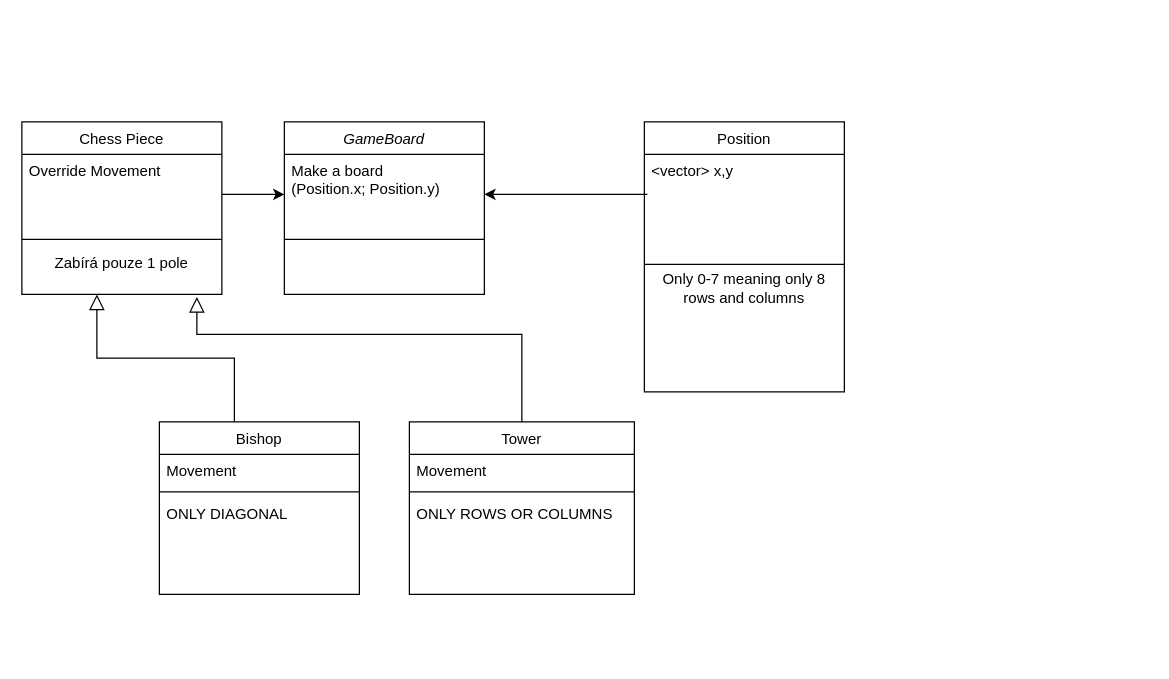
This is Diagram bez názvu.drawio from Yushikuni/UML-Diagrams, a draw.io file, before an edit. Source tidied: cells renumbered, new cells numbered last; positions are measured from the earlier drawing's top-left corner, leaving out a move shared by most shapes. Both pictures are drawn from the tidied source at 125%, with x=0, y=0 at pixel (21, 121).
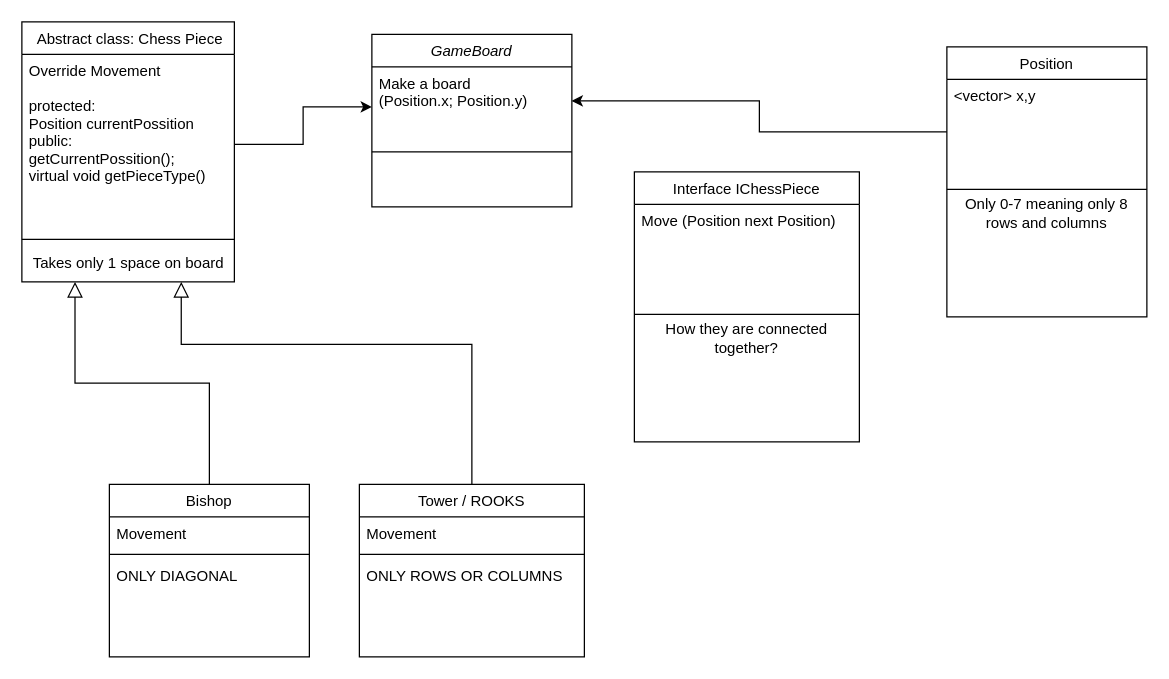
After the change.

The change refers to these unchanged cells:
```xml
<mxCell id="3" value="Make a board &#10;(Position.x; Position.y)" style="text;align=left;verticalAlign=top;spacingLeft=4;spacingRight=4;overflow=hidden;points=[[0,0.5],[1,0.5]];portConstraint=eastwest;" parent="2" vertex="1">
  <mxGeometry y="26" width="160" height="64" as="geometry" />
</mxCell>
<mxCell id="12" value="&lt;vector&gt; x,y" style="text;align=left;verticalAlign=top;spacingLeft=4;spacingRight=4;overflow=hidden;points=[[0,0.5],[1,0.5]];portConstraint=eastwest;" parent="11" vertex="1">
  <mxGeometry y="26" width="160" height="84" as="geometry" />
</mxCell>
```

What changed in the source:
```diff
@@
     <mxCell id="2" value="GameBoard" style="swimlane;fontStyle=2;align=center;verticalAlign=top;horizontal=1;startSize=26;rounded=0;shadow=0;strokeWidth=1;" parent="1" vertex="1">
-      <mxGeometry x="210" width="160" height="138" as="geometry" />
+      <mxGeometry x="280" y="-70" width="160" height="138" as="geometry" />
     </mxCell>
@@
     <mxCell id="5" value="Bishop" style="swimlane;fontStyle=0;align=center;verticalAlign=top;horizontal=1;startSize=26;rounded=0;shadow=0;strokeWidth=1;" parent="1" vertex="1">
-      <mxGeometry x="110" y="240" width="160" height="138" as="geometry" />
+      <mxGeometry x="70" y="290" width="160" height="138" as="geometry" />
     </mxCell>
@@
-    <mxCell id="9" style="endArrow=block;endSize=10;endFill=0;shadow=0;strokeWidth=1;rounded=0;edgeStyle=elbowEdgeStyle;elbow=vertical;exitX=0.5;exitY=0;exitDx=0;exitDy=0;" parent="1" edge="1" source="16">
+    <mxCell id="9" style="endArrow=block;endSize=10;endFill=0;shadow=0;strokeWidth=1;rounded=0;edgeStyle=elbowEdgeStyle;elbow=vertical;entryX=0.75;entryY=1;entryDx=0;entryDy=0;" parent="1" edge="1" source="16" target="20">
       <mxGeometry relative="1" as="geometry">
-        <mxPoint x="140" y="140" as="targetPoint" />
         <Array as="points">
-          <mxPoint x="220" y="170" />
+          <mxPoint x="240" y="178" />
+          <mxPoint x="190" y="168" />
         </Array>
       </mxGeometry>
     </mxCell>
-    <mxCell id="10" style="endArrow=block;endSize=10;endFill=0;shadow=0;strokeWidth=1;rounded=0;edgeStyle=elbowEdgeStyle;elbow=vertical;" parent="1" edge="1">
-      <mxGeometry relative="1" as="geometry">
-        <mxPoint x="170" y="240" as="sourcePoint" />
-        <mxPoint x="60" y="138" as="targetPoint" />
-      </mxGeometry>
+    <mxCell id="10" style="endArrow=block;endSize=10;endFill=0;shadow=0;strokeWidth=1;rounded=0;edgeStyle=elbowEdgeStyle;elbow=vertical;exitX=0.5;exitY=0;exitDx=0;exitDy=0;entryX=0.25;entryY=1;entryDx=0;entryDy=0;" parent="1" edge="1" source="5" target="20">
+      <mxGeometry relative="1" as="geometry" />
     </mxCell>
     <mxCell id="11" value="Position" style="swimlane;fontStyle=0;align=center;verticalAlign=top;horizontal=1;startSize=26;rounded=0;shadow=0;strokeWidth=1;" parent="1" vertex="1">
-      <mxGeometry x="498" width="160" height="216" as="geometry" />
+      <mxGeometry x="740" y="-60" width="160" height="216" as="geometry" />
     </mxCell>
@@
-    <mxCell id="15" style="endArrow=classic;html=1;rounded=0;exitX=0.015;exitY=0.382;exitDx=0;exitDy=0;entryX=1;entryY=0.5;entryDx=0;entryDy=0;exitPerimeter=0;" parent="1" edge="1" source="12" target="3">
-      <mxGeometry relative="1" as="geometry" />
-    </mxCell>
-    <mxCell id="16" value="Tower" style="swimlane;fontStyle=0;align=center;verticalAlign=top;horizontal=1;startSize=26;rounded=0;shadow=0;strokeWidth=1;" parent="1" vertex="1">
-      <mxGeometry x="310" y="240" width="180" height="138" as="geometry" />
+    <mxCell id="16" value="Tower / ROOKS&#10;" style="swimlane;fontStyle=0;align=center;verticalAlign=top;horizontal=1;startSize=26;rounded=0;shadow=0;strokeWidth=1;" parent="1" vertex="1">
+      <mxGeometry x="270" y="290" width="180" height="138" as="geometry" />
     </mxCell>
@@
-    <mxCell id="20" value="Chess Piece" style="swimlane;fontStyle=0;align=center;verticalAlign=top;horizontal=1;startSize=26;rounded=0;shadow=0;strokeWidth=1;" parent="1" vertex="1">
-      <mxGeometry width="160" height="138" as="geometry" />
+    <mxCell id="20" value=" Abstract class: Chess Piece" style="swimlane;fontStyle=0;align=center;verticalAlign=top;horizontal=1;startSize=26;rounded=0;shadow=0;strokeWidth=1;" parent="1" vertex="1">
+      <mxGeometry y="-80" width="170" height="208" as="geometry" />
     </mxCell>
-    <mxCell id="21" value="Override Movement" style="text;align=left;verticalAlign=top;spacingLeft=4;spacingRight=4;overflow=hidden;points=[[0,0.5],[1,0.5]];portConstraint=eastwest;" parent="20" vertex="1">
-      <mxGeometry y="26" width="160" height="64" as="geometry" />
+    <mxCell id="21" value="Override Movement&#10;&#10;protected:&#10;Position currentPossition&#10;public:&#10;getCurrentPossition();&#10;virtual void getPieceType()" style="text;align=left;verticalAlign=top;spacingLeft=4;spacingRight=4;overflow=hidden;points=[[0,0.5],[1,0.5]];portConstraint=eastwest;" parent="20" vertex="1">
+      <mxGeometry y="26" width="170" height="144" as="geometry" />
     </mxCell>
     <mxCell id="22" style="line;html=1;strokeWidth=1;align=left;verticalAlign=middle;spacingTop=-1;spacingLeft=3;spacingRight=3;labelPosition=right;" parent="20" vertex="1">
-      <mxGeometry y="90" width="160" height="8" as="geometry" />
+      <mxGeometry y="170" width="170" height="8" as="geometry" />
     </mxCell>
-    <mxCell id="23" value="Zabírá pouze 1 pole" style="text;strokeColor=none;align=center;fillColor=none;html=1;verticalAlign=middle;whiteSpace=wrap;rounded=0;" parent="20" vertex="1">
-      <mxGeometry y="98" width="160" height="30" as="geometry" />
-    </mxCell>
+    <mxCell id="25" value="Takes only 1 space on board" style="text;html=1;align=center;verticalAlign=middle;strokeColor=none;fillColor=none;" parent="20" vertex="1">
+      <mxGeometry y="178" width="170" height="30" as="geometry" />
+    </mxCell>
@@
+    <mxCell id="15" style="edgeStyle=orthogonalEdgeStyle;rounded=0;jettySize=auto;html=1;exitX=0;exitY=0.5;exitDx=0;exitDy=0;entryX=0.999;entryY=0.425;entryDx=0;entryDy=0;entryPerimeter=0;" parent="1" edge="1" source="12" target="3">
+      <mxGeometry relative="1" as="geometry" />
+    </mxCell>
+    <mxCell id="26" value="Interface IChessPiece" style="swimlane;fontStyle=0;align=center;verticalAlign=top;horizontal=1;startSize=26;rounded=0;shadow=0;strokeWidth=1;" parent="1" vertex="1">
+      <mxGeometry x="490" y="40" width="180" height="216" as="geometry" />
+    </mxCell>
+    <mxCell id="27" value="Move (Position next Position)" style="text;align=left;verticalAlign=top;spacingLeft=4;spacingRight=4;overflow=hidden;" parent="26" vertex="1">
+      <mxGeometry y="26" width="180" height="84" as="geometry" />
+    </mxCell>
+    <mxCell id="28" style="line;html=1;strokeWidth=1;align=left;verticalAlign=middle;spacingTop=-1;spacingLeft=3;spacingRight=3;labelPosition=right;" parent="26" vertex="1">
+      <mxGeometry y="110" width="180" height="8" as="geometry" />
+    </mxCell>
+    <mxCell id="29" value="How they are connected together?" style="text;strokeColor=none;align=center;fillColor=none;html=1;verticalAlign=middle;whiteSpace=wrap;rounded=0;" parent="26" vertex="1">
+      <mxGeometry y="118" width="180" height="30" as="geometry" />
+    </mxCell>
```
